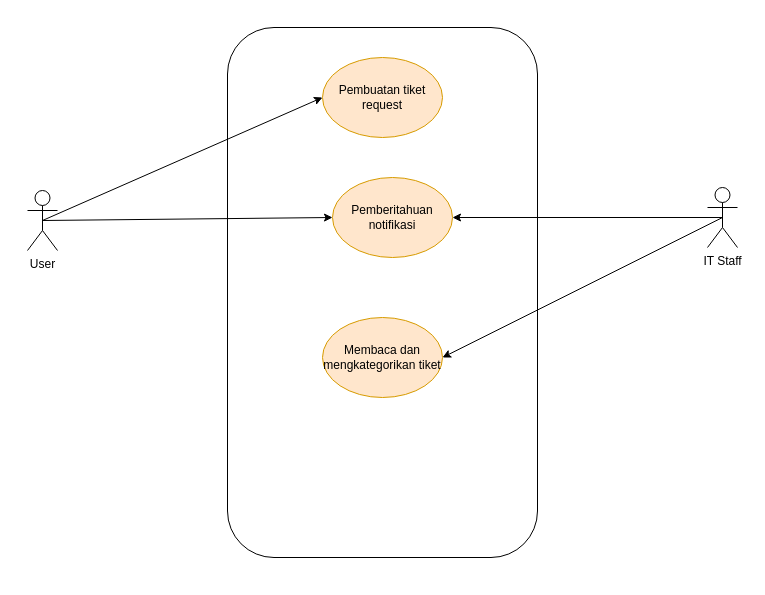
The draw.io diagram KPPLUseCase.drawio in JunathanRichie/KPPL-Pertemuan-5, before the edit. Source tidied: cells renumbered, new cells numbered last; positions are measured from the earlier drawing's top-left corner, leaving out a move shared by most shapes. Both pictures are drawn from the tidied source at 100%, with x=0, y=0 at pixel (27, 27).
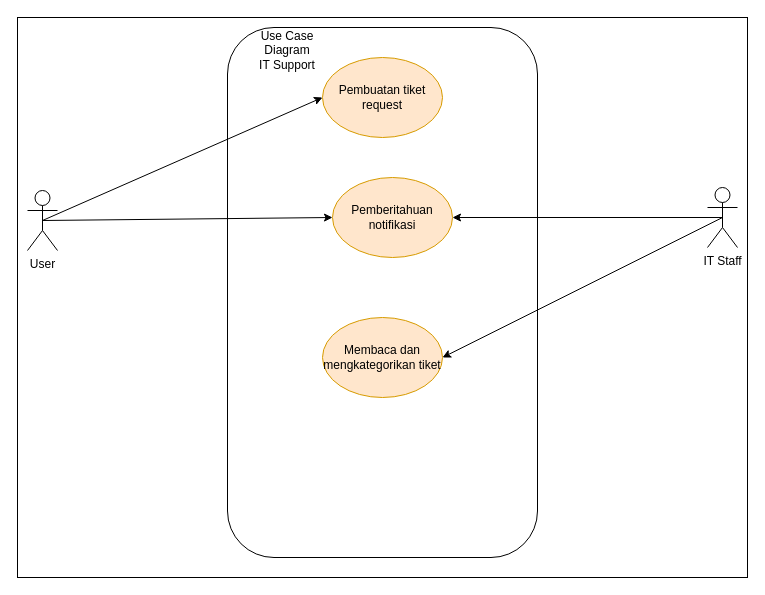
Above is the later version.

The edit, as a diff of the source:
```diff
@@
 <mxGraphModel>
   <root>
     <mxCell id="0" />
     <mxCell id="1" parent="0" />
+    <mxCell id="12" style="rounded=0;whiteSpace=wrap;html=1;" parent="1" vertex="1">
+      <mxGeometry x="-10" y="-10" width="730" height="560" as="geometry" />
+    </mxCell>
     <mxCell id="2" value="User" style="shape=umlActor;verticalLabelPosition=bottom;verticalAlign=top;html=1;outlineConnect=0;" parent="1" vertex="1">
       <mxGeometry y="163" width="30" height="60" as="geometry" />
     </mxCell>
     <mxCell id="3" value="IT Staff" style="shape=umlActor;verticalLabelPosition=bottom;verticalAlign=top;html=1;outlineConnect=0;" parent="1" vertex="1">
       <mxGeometry x="680" y="160" width="30" height="60" as="geometry" />
     </mxCell>
     <mxCell id="4" style="rounded=1;whiteSpace=wrap;html=1;" parent="1" vertex="1">
       <mxGeometry x="200" width="310" height="530" as="geometry" />
     </mxCell>
     <mxCell id="5" value="Pembuatan tiket request" style="ellipse;whiteSpace=wrap;html=1;fillColor=#ffe6cc;strokeColor=#d79b00;" parent="1" vertex="1">
       <mxGeometry x="295" y="30" width="120" height="80" as="geometry" />
     </mxCell>
     <mxCell id="6" style="rounded=0;jettySize=auto;html=1;exitX=0.5;exitY=0.5;exitDx=0;exitDy=0;exitPerimeter=0;entryX=0;entryY=0.5;entryDx=0;entryDy=0;" parent="1" edge="1" source="2" target="5">
       <mxGeometry relative="1" as="geometry" />
     </mxCell>
     <mxCell id="7" value="Membaca dan mengkategorikan tiket" style="ellipse;whiteSpace=wrap;html=1;fillColor=#ffe6cc;strokeColor=#d79b00;" parent="1" vertex="1">
       <mxGeometry x="295" y="290" width="120" height="80" as="geometry" />
     </mxCell>
     <mxCell id="8" style="rounded=0;jettySize=auto;html=1;exitX=0.5;exitY=0.5;exitDx=0;exitDy=0;exitPerimeter=0;entryX=1;entryY=0.5;entryDx=0;entryDy=0;" parent="1" edge="1" source="3" target="7">
       <mxGeometry relative="1" as="geometry" />
     </mxCell>
     <mxCell id="9" value="Pemberitahuan notifikasi" style="ellipse;whiteSpace=wrap;html=1;fillColor=#ffe6cc;strokeColor=#d79b00;" parent="1" vertex="1">
       <mxGeometry x="305" y="150" width="120" height="80" as="geometry" />
     </mxCell>
     <mxCell id="10" style="rounded=0;jettySize=auto;html=1;exitX=0.5;exitY=0.5;exitDx=0;exitDy=0;exitPerimeter=0;entryX=1;entryY=0.5;entryDx=0;entryDy=0;" parent="1" edge="1" source="3" target="9">
       <mxGeometry relative="1" as="geometry" />
     </mxCell>
     <mxCell id="11" style="edgeStyle=none;rounded=0;jettySize=auto;html=1;exitX=0.5;exitY=0.5;exitDx=0;exitDy=0;exitPerimeter=0;entryX=0;entryY=0.5;entryDx=0;entryDy=0;" parent="1" edge="1" source="2" target="9">
       <mxGeometry relative="1" as="geometry" />
     </mxCell>
+    <mxCell id="13" value="Use Case Diagram IT Support" style="text;strokeColor=none;align=center;fillColor=none;html=1;verticalAlign=middle;whiteSpace=wrap;rounded=0;" parent="1" vertex="1">
+      <mxGeometry x="230" y="8" width="60" height="30" as="geometry" />
+    </mxCell>
   </root>
 </mxGraphModel>
```
